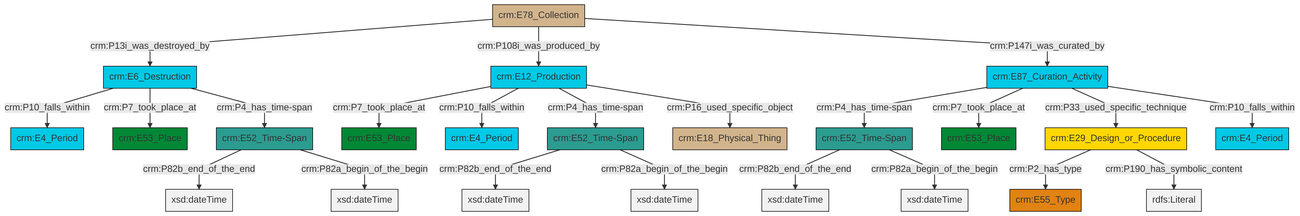
The Mermaid diagram et/archivalCSV/ttl/mmd/png/archival_existence.png in swiss-art-research-net/docs.swissartresearch, before a commit. Its source is kept beside it as et/archivalCSV/ttl/mmd/archival_existence.ttl.mmd.
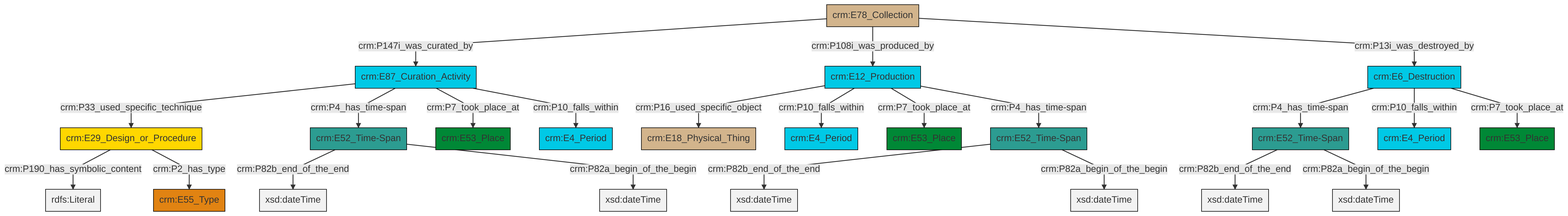
The same diagram one commit later.

Change to the diagram source:
```diff
@@ -13,25 +13,25 @@
 classDef PC_Classes fill:#4ce600, stroke:#000000;
 classDef Multi fill:#cccccc,stroke:#000000;
 
-2["crm:E52_Time-Span"]:::Time-Span -->|crm:P82b_end_of_the_end| 3[xsd:dateTime]:::Literal
-4["crm:E6_Destruction"]:::Temporal_Entity -->|crm:P10_falls_within| 5["crm:E4_Period"]:::Temporal_Entity
-10["crm:E29_Design_or_Procedure"]:::Conceptual_Object -->|crm:P2_has_type| 11["crm:E55_Type"]:::Type
-4["crm:E6_Destruction"]:::Temporal_Entity -->|crm:P7_took_place_at| 20["crm:E53_Place"]:::Place
-12["crm:E52_Time-Span"]:::Time-Span -->|crm:P82b_end_of_the_end| 21[xsd:dateTime]:::Literal
-18["crm:E12_Production"]:::Temporal_Entity -->|crm:P7_took_place_at| 6["crm:E53_Place"]:::Place
-8["crm:E52_Time-Span"]:::Time-Span -->|crm:P82b_end_of_the_end| 22[xsd:dateTime]:::Literal
-18["crm:E12_Production"]:::Temporal_Entity -->|crm:P10_falls_within| 23["crm:E4_Period"]:::Temporal_Entity
-18["crm:E12_Production"]:::Temporal_Entity -->|crm:P4_has_time-span| 8["crm:E52_Time-Span"]:::Time-Span
-0["crm:E87_Curation_Activity"]:::Temporal_Entity -->|crm:P4_has_time-span| 12["crm:E52_Time-Span"]:::Time-Span
-0["crm:E87_Curation_Activity"]:::Temporal_Entity -->|crm:P7_took_place_at| 14["crm:E53_Place"]:::Place
-4["crm:E6_Destruction"]:::Temporal_Entity -->|crm:P4_has_time-span| 2["crm:E52_Time-Span"]:::Time-Span
-8["crm:E52_Time-Span"]:::Time-Span -->|crm:P82a_begin_of_the_begin| 29[xsd:dateTime]:::Literal
-26["crm:E78_Collection"]:::Physical_Thing -->|crm:P13i_was_destroyed_by| 4["crm:E6_Destruction"]:::Temporal_Entity
-10["crm:E29_Design_or_Procedure"]:::Conceptual_Object -->|crm:P190_has_symbolic_content| 33[rdfs:Literal]:::Literal
-26["crm:E78_Collection"]:::Physical_Thing -->|crm:P108i_was_produced_by| 18["crm:E12_Production"]:::Temporal_Entity
-26["crm:E78_Collection"]:::Physical_Thing -->|crm:P147i_was_curated_by| 0["crm:E87_Curation_Activity"]:::Temporal_Entity
-0["crm:E87_Curation_Activity"]:::Temporal_Entity -->|crm:P33_used_specific_technique| 10["crm:E29_Design_or_Procedure"]:::Conceptual_Object
-18["crm:E12_Production"]:::Temporal_Entity -->|crm:P16_used_specific_object| 16["crm:E18_Physical_Thing"]:::Physical_Thing
-0["crm:E87_Curation_Activity"]:::Temporal_Entity -->|crm:P10_falls_within| 30["crm:E4_Period"]:::Temporal_Entity
-12["crm:E52_Time-Span"]:::Time-Span -->|crm:P82a_begin_of_the_begin| 36[xsd:dateTime]:::Literal
-2["crm:E52_Time-Span"]:::Time-Span -->|crm:P82a_begin_of_the_begin| 37[xsd:dateTime]:::Literal
+0["crm:E6_Destruction"]:::Temporal_Entity -->|crm:P4_has_time-span| 1["crm:E52_Time-Span"]:::Time-Span
+2["crm:E87_Curation_Activity"]:::Temporal_Entity -->|crm:P33_used_specific_technique| 3["crm:E29_Design_or_Procedure"]:::Conceptual_Object
+4["crm:E12_Production"]:::Temporal_Entity -->|crm:P16_used_specific_object| 5["crm:E18_Physical_Thing"]:::Physical_Thing
+8["crm:E78_Collection"]:::Physical_Thing -->|crm:P147i_was_curated_by| 2["crm:E87_Curation_Activity"]:::Temporal_Entity
+2["crm:E87_Curation_Activity"]:::Temporal_Entity -->|crm:P4_has_time-span| 9["crm:E52_Time-Span"]:::Time-Span
+3["crm:E29_Design_or_Procedure"]:::Conceptual_Object -->|crm:P190_has_symbolic_content| 10[rdfs:Literal]:::Literal
+2["crm:E87_Curation_Activity"]:::Temporal_Entity -->|crm:P7_took_place_at| 13["crm:E53_Place"]:::Place
+0["crm:E6_Destruction"]:::Temporal_Entity -->|crm:P10_falls_within| 24["crm:E4_Period"]:::Temporal_Entity
+9["crm:E52_Time-Span"]:::Time-Span -->|crm:P82b_end_of_the_end| 26[xsd:dateTime]:::Literal
+4["crm:E12_Production"]:::Temporal_Entity -->|crm:P10_falls_within| 6["crm:E4_Period"]:::Temporal_Entity
+4["crm:E12_Production"]:::Temporal_Entity -->|crm:P7_took_place_at| 19["crm:E53_Place"]:::Place
+1["crm:E52_Time-Span"]:::Time-Span -->|crm:P82b_end_of_the_end| 29[xsd:dateTime]:::Literal
+30["crm:E52_Time-Span"]:::Time-Span -->|crm:P82b_end_of_the_end| 31[xsd:dateTime]:::Literal
+8["crm:E78_Collection"]:::Physical_Thing -->|crm:P108i_was_produced_by| 4["crm:E12_Production"]:::Temporal_Entity
+8["crm:E78_Collection"]:::Physical_Thing -->|crm:P13i_was_destroyed_by| 0["crm:E6_Destruction"]:::Temporal_Entity
+9["crm:E52_Time-Span"]:::Time-Span -->|crm:P82a_begin_of_the_begin| 34[xsd:dateTime]:::Literal
+1["crm:E52_Time-Span"]:::Time-Span -->|crm:P82a_begin_of_the_begin| 35[xsd:dateTime]:::Literal
+4["crm:E12_Production"]:::Temporal_Entity -->|crm:P4_has_time-span| 30["crm:E52_Time-Span"]:::Time-Span
+3["crm:E29_Design_or_Procedure"]:::Conceptual_Object -->|crm:P2_has_type| 14["crm:E55_Type"]:::Type
+0["crm:E6_Destruction"]:::Temporal_Entity -->|crm:P7_took_place_at| 21["crm:E53_Place"]:::Place
+30["crm:E52_Time-Span"]:::Time-Span -->|crm:P82a_begin_of_the_begin| 38[xsd:dateTime]:::Literal
+2["crm:E87_Curation_Activity"]:::Temporal_Entity -->|crm:P10_falls_within| 17["crm:E4_Period"]:::Temporal_Entity
```
